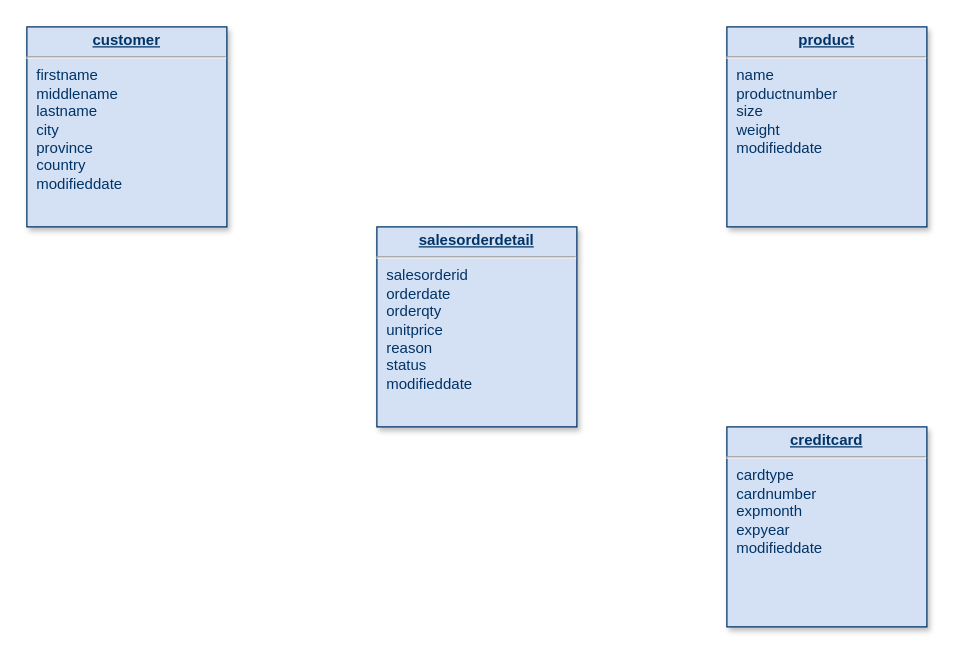
lenowds/adventureworks-indicium keeps this draw.io diagram as ModeloConceitualDW.drawio. Above is the earlier version. Source tidied: cells renumbered, new cells numbered last; positions are measured from the earlier drawing's top-left corner, leaving out a move shared by most shapes. Both pictures are drawn from the tidied source at 125%, with x=0, y=0 at pixel (26, 26).
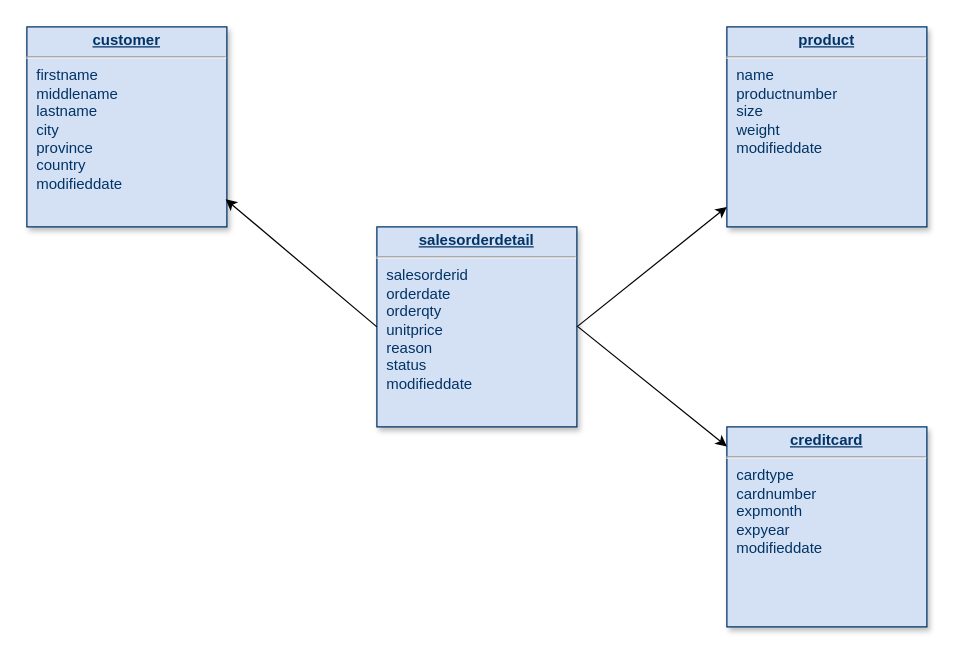
The same page after the edit.

Commit message:
Ligação da tabela fato com as dimensões

The edit, as a diff of the source:
```diff
@@
 <mxGraphModel background="#ffffff">
   <root>
     <mxCell id="0" />
     <mxCell id="1" parent="0" />
     <mxCell id="2" value="&lt;p style=&quot;margin: 0px ; margin-top: 4px ; text-align: center ; text-decoration: underline&quot;&gt;&lt;b&gt;salesorderdetail&lt;/b&gt;&lt;/p&gt;&lt;hr&gt;&lt;p style=&quot;margin: 0px ; margin-left: 8px&quot;&gt;salesorderid&lt;/p&gt;&lt;p style=&quot;margin: 0px ; margin-left: 8px&quot;&gt;orderdate&lt;/p&gt;&lt;p style=&quot;margin: 0px ; margin-left: 8px&quot;&gt;orderqty&lt;/p&gt;&lt;p style=&quot;margin: 0px ; margin-left: 8px&quot;&gt;unitprice&lt;/p&gt;&lt;p style=&quot;margin: 0px ; margin-left: 8px&quot;&gt;reason&lt;/p&gt;&lt;p style=&quot;margin: 0px ; margin-left: 8px&quot;&gt;status&lt;/p&gt;&lt;p style=&quot;margin: 0px ; margin-left: 8px&quot;&gt;modifieddate&lt;/p&gt;&lt;p style=&quot;margin: 0px ; margin-left: 8px&quot;&gt;&lt;br&gt;&lt;/p&gt;" style="verticalAlign=top;align=left;overflow=fill;fontSize=12;fontFamily=Helvetica;html=1;strokeColor=#003366;shadow=1;fillColor=#D4E1F5;fontColor=#003366;" parent="1" vertex="1">
       <mxGeometry x="280" y="160" width="160" height="160" as="geometry" />
     </mxCell>
     <mxCell id="3" value="&lt;p style=&quot;margin: 0px ; margin-top: 4px ; text-align: center ; text-decoration: underline&quot;&gt;&lt;b&gt;product&lt;/b&gt;&lt;/p&gt;&lt;hr&gt;&lt;p style=&quot;margin: 0px ; margin-left: 8px&quot;&gt;name&lt;/p&gt;&lt;p style=&quot;margin: 0px ; margin-left: 8px&quot;&gt;productnumber&lt;/p&gt;&lt;p style=&quot;margin: 0px ; margin-left: 8px&quot;&gt;size&lt;/p&gt;&lt;p style=&quot;margin: 0px ; margin-left: 8px&quot;&gt;weight&lt;/p&gt;&lt;p style=&quot;margin: 0px ; margin-left: 8px&quot;&gt;modifieddate&lt;/p&gt;" style="verticalAlign=top;align=left;overflow=fill;fontSize=12;fontFamily=Helvetica;html=1;strokeColor=#003366;shadow=1;fillColor=#D4E1F5;fontColor=#003366;" parent="1" vertex="1">
       <mxGeometry x="560" width="160" height="160" as="geometry" />
     </mxCell>
     <mxCell id="4" value="&lt;p style=&quot;margin: 0px ; margin-top: 4px ; text-align: center ; text-decoration: underline&quot;&gt;&lt;b&gt;creditcard&lt;/b&gt;&lt;/p&gt;&lt;hr&gt;&lt;p style=&quot;margin: 0px ; margin-left: 8px&quot;&gt;cardtype&lt;/p&gt;&lt;p style=&quot;margin: 0px ; margin-left: 8px&quot;&gt;cardnumber&lt;/p&gt;&lt;p style=&quot;margin: 0px ; margin-left: 8px&quot;&gt;expmonth&lt;/p&gt;&lt;p style=&quot;margin: 0px ; margin-left: 8px&quot;&gt;expyear&lt;/p&gt;&lt;p style=&quot;margin: 0px ; margin-left: 8px&quot;&gt;modifieddate&lt;br&gt;&lt;/p&gt;" style="verticalAlign=top;align=left;overflow=fill;fontSize=12;fontFamily=Helvetica;html=1;strokeColor=#003366;shadow=1;fillColor=#D4E1F5;fontColor=#003366;" parent="1" vertex="1">
       <mxGeometry x="560" y="320" width="160" height="160" as="geometry" />
     </mxCell>
     <mxCell id="5" value="&lt;p style=&quot;margin: 0px ; margin-top: 4px ; text-align: center ; text-decoration: underline&quot;&gt;&lt;b&gt;customer&lt;/b&gt;&lt;/p&gt;&lt;hr&gt;&lt;p style=&quot;margin: 0px ; margin-left: 8px&quot;&gt;firstname&lt;/p&gt;&lt;p style=&quot;margin: 0px ; margin-left: 8px&quot;&gt;middlename&lt;/p&gt;&lt;p style=&quot;margin: 0px ; margin-left: 8px&quot;&gt;lastname&lt;/p&gt;&lt;p style=&quot;margin: 0px ; margin-left: 8px&quot;&gt;city&lt;/p&gt;&lt;p style=&quot;margin: 0px ; margin-left: 8px&quot;&gt;province&lt;/p&gt;&lt;p style=&quot;margin: 0px ; margin-left: 8px&quot;&gt;country&lt;/p&gt;&lt;p style=&quot;margin: 0px ; margin-left: 8px&quot;&gt;modifieddate&lt;/p&gt;&lt;p style=&quot;margin: 0px ; margin-left: 8px&quot;&gt;&lt;br&gt;&lt;/p&gt;" style="verticalAlign=top;align=left;overflow=fill;fontSize=12;fontFamily=Helvetica;html=1;strokeColor=#003366;shadow=1;fillColor=#D4E1F5;fontColor=#003366;" parent="1" vertex="1">
       <mxGeometry width="160" height="160" as="geometry" />
     </mxCell>
+    <mxCell id="6" style="endArrow=classic;html=1;exitX=1;exitY=0.5;exitDx=0;exitDy=0;" parent="1" edge="1" source="2" target="3">
+      <mxGeometry relative="1" as="geometry" />
+    </mxCell>
+    <mxCell id="7" style="endArrow=classic;html=1;" parent="1" edge="1" target="4">
+      <mxGeometry relative="1" as="geometry">
+        <mxPoint x="441" y="240" as="sourcePoint" />
+      </mxGeometry>
+    </mxCell>
+    <mxCell id="8" style="endArrow=classic;html=1;entryX=0.994;entryY=0.862;entryDx=0;entryDy=0;entryPerimeter=0;exitX=0;exitY=0.5;exitDx=0;exitDy=0;" parent="1" edge="1" source="2" target="5">
+      <mxGeometry relative="1" as="geometry" />
+    </mxCell>
   </root>
 </mxGraphModel>
```
